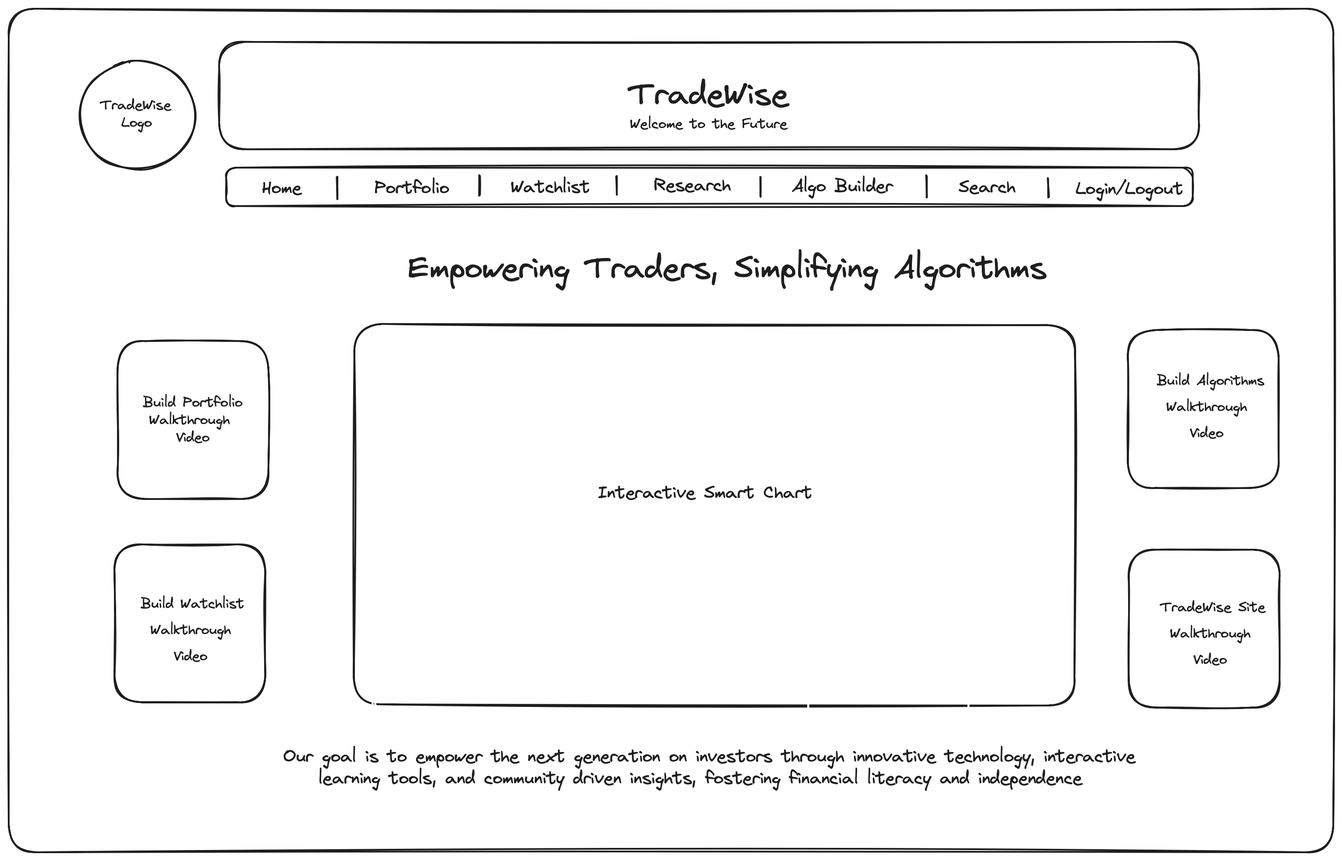
Sean-Kwasnicki/TradeWise keeps this Excalidraw diagram as Wiki/Wireframe/TradeWise-Landing Page.png. Above is the earlier version. Source tidied: one line per element, renumbered; positions are measured from the earlier drawing's top-left corner, leaving out a move shared by most shapes.
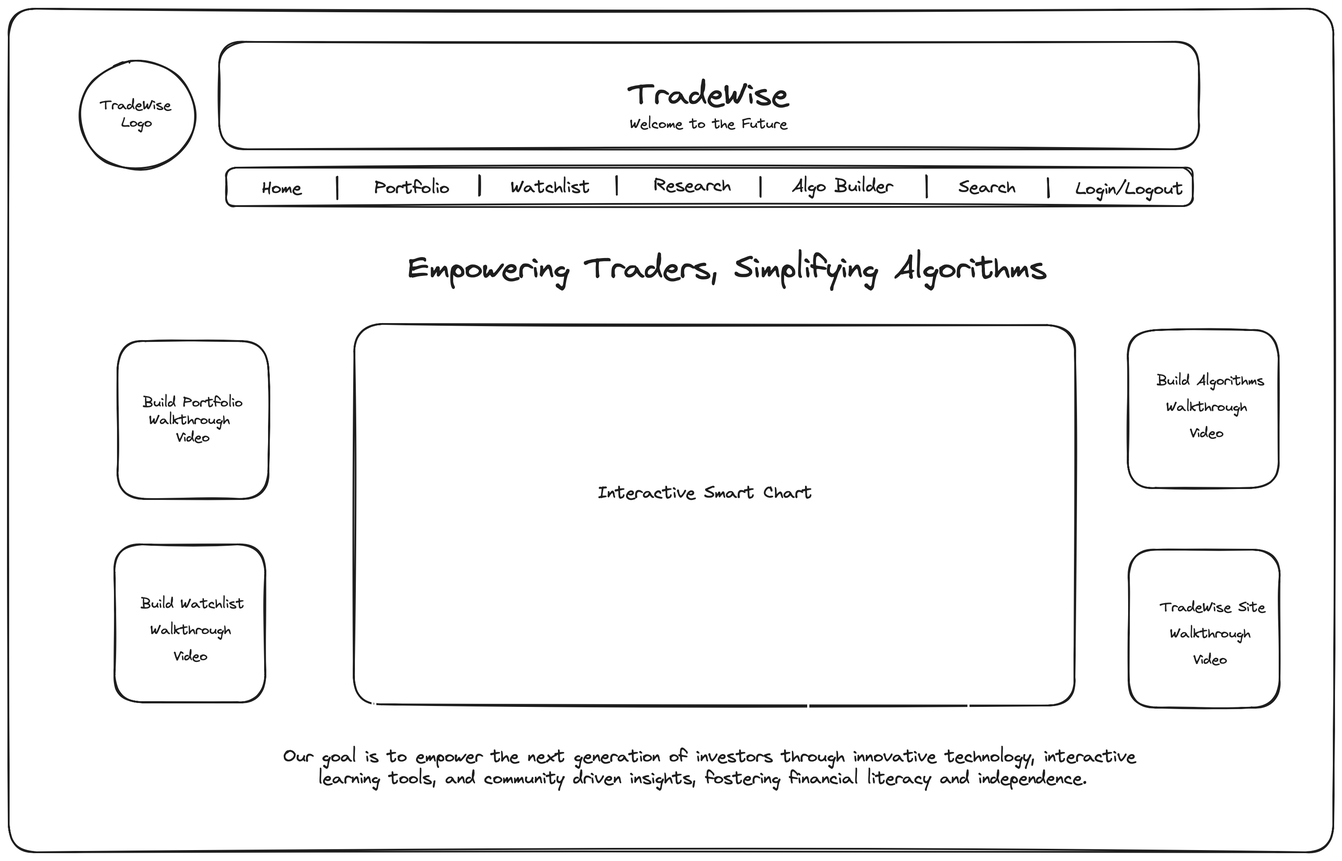
After the change.

Commit message:
typo in wireframe fixed

Diff of the diagram source:
```diff
@@ -38,4 +38,4 @@
 {"id": 37, "type": "text", "text": "Walkthrough", "strokeColor": "#1e1e1e", "strokeWidth": 2, "roughness": 1, "fontSize": 16, "fontFamily": 1, "x": 1330, "y": 706, "width": 92, "height": 20}
 {"id": 38, "type": "text", "text": "Video", "strokeColor": "#1e1e1e", "strokeWidth": 2, "roughness": 1, "fontSize": 16, "fontFamily": 1, "x": 1357, "y": 736, "width": 38, "height": 20}
 {"id": 39, "type": "text", "text": "Welcome to the Future", "strokeColor": "#1e1e1e", "strokeWidth": 2, "roughness": 1, "fontSize": 16, "fontFamily": 1, "x": 712, "y": 122, "width": 180, "height": 20}
-{"id": 40, "type": "text", "text": "Our goal is to empower the next generation on investors through innovative technology, interactive \n    learning tools, and community driven insights, fostering financial literacy and independence", "strokeColor": "#1e1e1e", "strokeWidth": 2, "roughness": 1, "fontSize": 20, "fontFamily": 1, "x": 315, "y": 844, "width": 986, "height": 50}
+{"id": 40, "type": "text", "text": "Our goal is to empower the next generation of investors through innovative technology, interactive \n    learning tools, and community driven insights, fostering financial literacy and independence.", "strokeColor": "#1e1e1e", "strokeWidth": 2, "roughness": 1, "fontSize": 20, "fontFamily": 1, "x": 315, "y": 844, "width": 987, "height": 50}
```
